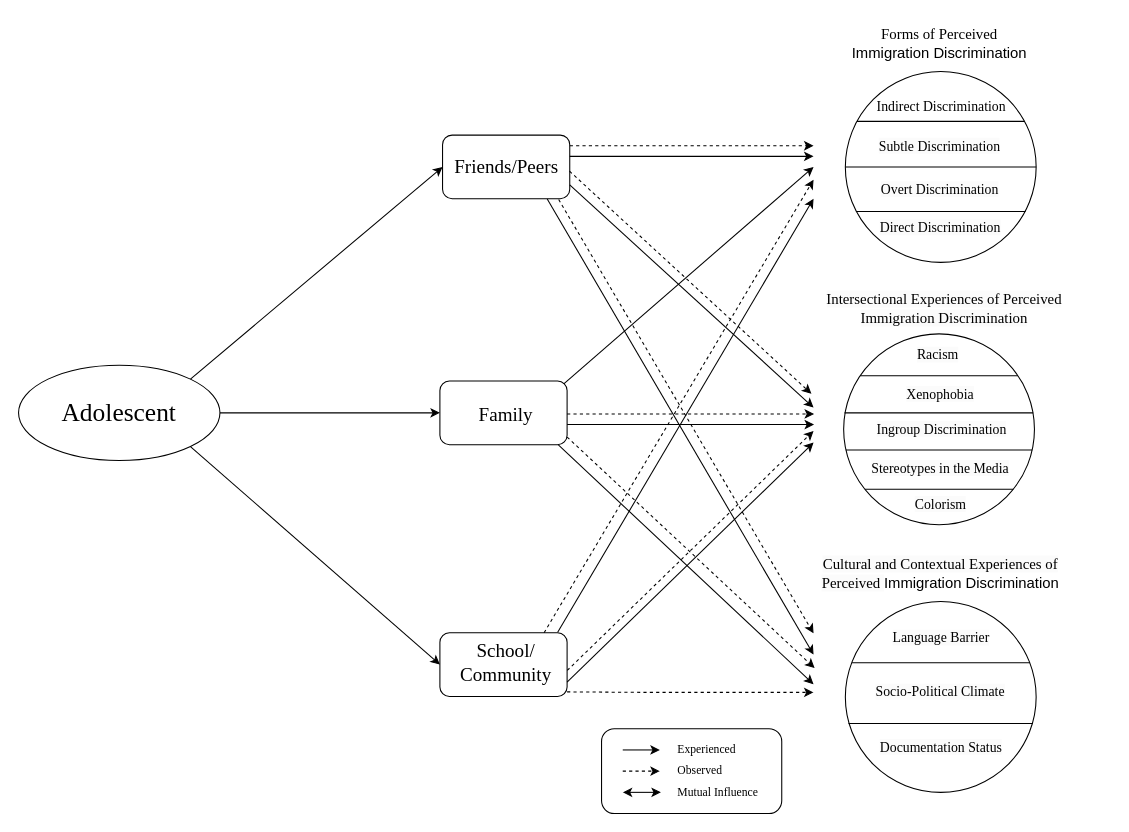
jnisac/hello-world keeps this draw.io diagram as Venn Diagram.drawio. Above is the earlier version. Source tidied: cells renumbered, new cells numbered last; positions are measured from the earlier drawing's top-left corner, leaving out a move shared by most shapes. Both pictures are drawn from the tidied source at 106%, with x=0, y=0 at pixel (18, 18).
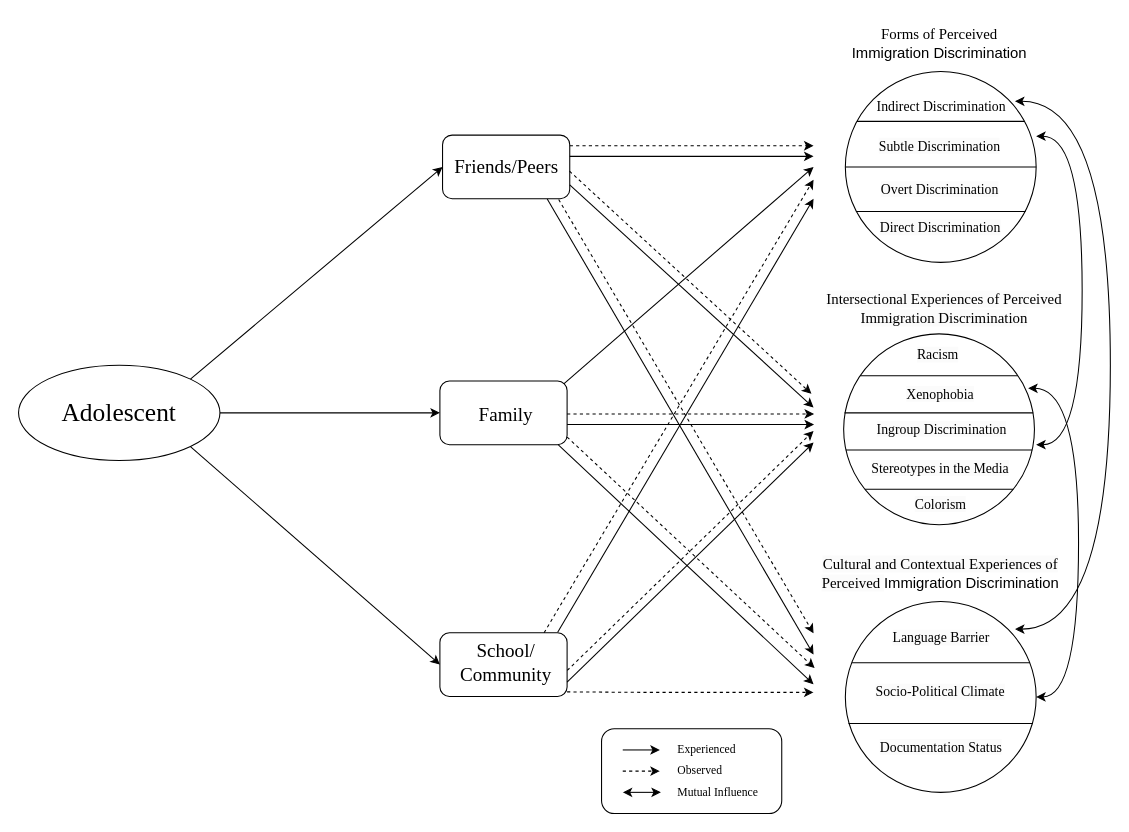
The same diagram, later.

Unchanged cells that the change refers to:
```xml
<mxCell id="2" style="ellipse;whiteSpace=wrap;html=1;rounded=1;" parent="1" vertex="1">
  <mxGeometry x="780" y="50" width="180" height="180" as="geometry" />
</mxCell>
<mxCell id="3" style="ellipse;whiteSpace=wrap;html=1;rounded=1;" parent="1" vertex="1">
  <mxGeometry x="778.4" y="297.5" width="180" height="180" as="geometry" />
</mxCell>
<mxCell id="4" style="ellipse;whiteSpace=wrap;html=1;rounded=1;" parent="1" vertex="1">
  <mxGeometry x="780" y="550" width="180" height="180" as="geometry" />
</mxCell>
```

The edit, as a diff of the source:
```diff
@@
+    <mxCell id="62" style="endArrow=classic;startArrow=classic;html=1;rounded=0;curved=1;edgeStyle=orthogonalEdgeStyle;entryX=0.967;entryY=0.285;entryDx=0;entryDy=0;entryPerimeter=0;exitX=1;exitY=0.5;exitDx=0;exitDy=0;" parent="1" edge="1" source="4" target="3">
+      <mxGeometry relative="1" as="geometry">
+        <Array as="points">
+          <mxPoint x="1000" y="640" />
+          <mxPoint x="1000" y="349" />
+        </Array>
+      </mxGeometry>
+    </mxCell>
+    <mxCell id="63" style="endArrow=classic;startArrow=classic;html=1;rounded=0;curved=1;edgeStyle=orthogonalEdgeStyle;" parent="1" edge="1">
+      <mxGeometry relative="1" as="geometry">
+        <mxPoint x="960" y="402" as="sourcePoint" />
+        <mxPoint x="960" y="111" as="targetPoint" />
+        <Array as="points">
+          <mxPoint x="1003.4" y="402" />
+          <mxPoint x="1003.4" y="111" />
+        </Array>
+      </mxGeometry>
+    </mxCell>
+    <mxCell id="64" style="endArrow=classic;startArrow=classic;html=1;rounded=0;curved=1;edgeStyle=orthogonalEdgeStyle;entryX=0.889;entryY=0.156;entryDx=0;entryDy=0;entryPerimeter=0;" parent="1" edge="1" target="2">
+      <mxGeometry relative="1" as="geometry">
+        <mxPoint x="940" y="576" as="sourcePoint" />
+        <Array as="points">
+          <mxPoint x="1030" y="576" />
+          <mxPoint x="1030" y="78" />
+        </Array>
+      </mxGeometry>
+    </mxCell>
```
